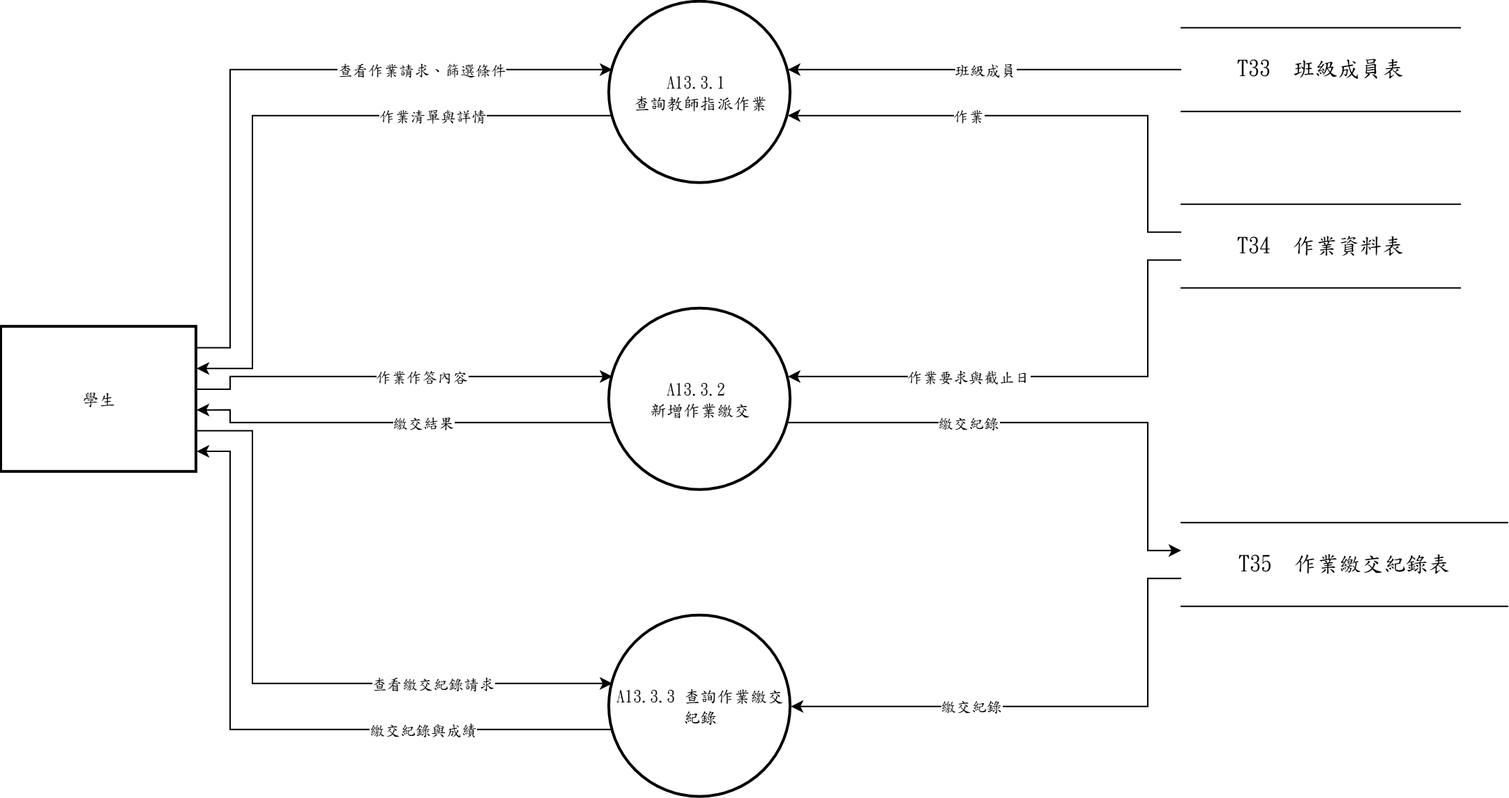
This is 系統文件/第6章/DFD圖/圖13/圖13-3.drawio.png from s22452007/115502, a draw.io export, as it was before one commit. Source tidied: cells renumbered, new cells last; positions are measured from the earlier drawing's top-left corner, leaving out a move shared by most shapes. Source of this version:
```xml
<mxGraphModel>
  <root>
    <mxCell id="0" />
    <mxCell id="1" parent="0" />
    <mxCell id="2" value="A13.3.1&amp;nbsp;&lt;div&gt;查詢教師指派作業&lt;/div&gt;" style="ellipse;strokeWidth=2;whiteSpace=wrap;html=1;fontFamily=標楷體;" parent="1" vertex="1">
      <mxGeometry x="436" width="130" height="130" as="geometry" />
    </mxCell>
    <mxCell id="3" value="A13.3.2&amp;nbsp;&lt;div&gt;新增作業繳交&lt;/div&gt;" style="ellipse;strokeWidth=2;whiteSpace=wrap;html=1;fontFamily=標楷體;" parent="1" vertex="1">
      <mxGeometry x="436" y="220" width="130" height="130" as="geometry" />
    </mxCell>
    <mxCell id="4" value="A13.3.3 查詢作業繳交紀錄" style="ellipse;strokeWidth=2;whiteSpace=wrap;html=1;fontFamily=標楷體;" parent="1" vertex="1">
      <mxGeometry x="436" y="440" width="130" height="130" as="geometry" />
    </mxCell>
    <mxCell id="5" value="學生" style="whiteSpace=wrap;strokeWidth=2;html=1;fontFamily=標楷體;" parent="1" vertex="1">
      <mxGeometry y="233" width="140" height="104" as="geometry" />
    </mxCell>
    <mxCell id="6" value="T33  班級成員表" style="shape=partialRectangle;whiteSpace=wrap;html=1;left=0;right=0;fontFamily=標楷體;fontSize=16;" parent="1" vertex="1">
      <mxGeometry x="846" y="18.5" width="200" height="60" as="geometry" />
    </mxCell>
    <mxCell id="7" value="T34  作業資料表" style="shape=partialRectangle;whiteSpace=wrap;html=1;left=0;right=0;fontFamily=標楷體;fontSize=16;" parent="1" vertex="1">
      <mxGeometry x="846" y="145" width="200" height="60" as="geometry" />
    </mxCell>
    <mxCell id="8" value="T35  作業繳交紀錄表" style="shape=partialRectangle;whiteSpace=wrap;html=1;left=0;right=0;fontFamily=標楷體;fontSize=16;" parent="1" vertex="1">
      <mxGeometry x="846" y="373.2" width="234" height="60" as="geometry" />
    </mxCell>
    <mxCell id="9" style="edgeStyle=none;rounded=0;html=1;fontFamily=標楷體;endArrow=classic;exitX=1.0000;exitY=0.1429;exitDx=0;exitDy=0;exitPerimeter=0;entryX=0.0163;entryY=0.3733;entryDx=0;entryDy=0;entryPerimeter=0;" parent="1" edge="1" source="5" target="2">
      <mxGeometry relative="1" as="geometry">
        <Array as="points">
          <mxPoint x="164" y="247.9" />
          <mxPoint x="164" y="48.5" />
        </Array>
      </mxGeometry>
    </mxCell>
    <mxCell id="10" value="查看作業請求、篩選條件" style="edgeLabel;html=1;align=center;verticalAlign=middle;fontFamily=標楷體;" parent="9" vertex="1">
      <mxGeometry x="0.45" relative="1" as="geometry" />
    </mxCell>
    <mxCell id="11" style="edgeStyle=none;rounded=0;html=1;fontFamily=標楷體;endArrow=classic;exitX=0.0000;exitY=0.3333;exitDx=0;exitDy=0;exitPerimeter=0;entryX=0.9837;entryY=0.6267;entryDx=0;entryDy=0;entryPerimeter=0;" parent="1" edge="1" source="7" target="2">
      <mxGeometry relative="1" as="geometry">
        <Array as="points">
          <mxPoint x="822" y="165" />
          <mxPoint x="822" y="81.5" />
        </Array>
      </mxGeometry>
    </mxCell>
    <mxCell id="12" value="作業" style="edgeLabel;html=1;align=center;verticalAlign=middle;fontFamily=標楷體;" parent="11" vertex="1">
      <mxGeometry x="0.29" relative="1" as="geometry" />
    </mxCell>
    <mxCell id="13" style="edgeStyle=none;rounded=0;html=1;fontFamily=標楷體;endArrow=classic;exitX=0.0000;exitY=0.5000;exitDx=0;exitDy=0;exitPerimeter=0;entryX=0.9837;entryY=0.3733;entryDx=0;entryDy=0;entryPerimeter=0;" parent="1" edge="1" source="6" target="2">
      <mxGeometry relative="1" as="geometry" />
    </mxCell>
    <mxCell id="14" value="班級成員" style="edgeLabel;html=1;align=center;verticalAlign=middle;fontFamily=標楷體;" parent="13" vertex="1">
      <mxGeometry relative="1" as="geometry" />
    </mxCell>
    <mxCell id="15" style="edgeStyle=none;rounded=0;html=1;fontFamily=標楷體;endArrow=classic;exitX=0.0163;exitY=0.6267;exitDx=0;exitDy=0;exitPerimeter=0;entryX=1.0000;entryY=0.2857;entryDx=0;entryDy=0;entryPerimeter=0;" parent="1" edge="1" source="2" target="5">
      <mxGeometry relative="1" as="geometry">
        <Array as="points">
          <mxPoint x="180" y="81.5" />
          <mxPoint x="180" y="262.7" />
        </Array>
      </mxGeometry>
    </mxCell>
    <mxCell id="16" value="作業清單與詳情" style="edgeLabel;html=1;align=center;verticalAlign=middle;fontFamily=標楷體;" parent="15" vertex="1">
      <mxGeometry x="-0.46" relative="1" as="geometry" />
    </mxCell>
    <mxCell id="17" style="edgeStyle=none;rounded=0;html=1;fontFamily=標楷體;endArrow=classic;exitX=1.0000;exitY=0.4286;exitDx=0;exitDy=0;exitPerimeter=0;entryX=0.0163;entryY=0.3733;entryDx=0;entryDy=0;entryPerimeter=0;" parent="1" edge="1" source="5" target="3">
      <mxGeometry relative="1" as="geometry">
        <Array as="points">
          <mxPoint x="164" y="277.6" />
          <mxPoint x="164" y="268.5" />
        </Array>
      </mxGeometry>
    </mxCell>
    <mxCell id="18" value="作業作答內容" style="edgeLabel;html=1;align=center;verticalAlign=middle;fontFamily=標楷體;" parent="17" vertex="1">
      <mxGeometry x="0.11" relative="1" as="geometry" />
    </mxCell>
    <mxCell id="19" style="edgeStyle=none;rounded=0;html=1;fontFamily=標楷體;endArrow=classic;exitX=0.0000;exitY=0.6667;exitDx=0;exitDy=0;exitPerimeter=0;entryX=0.9837;entryY=0.3733;entryDx=0;entryDy=0;entryPerimeter=0;" parent="1" edge="1" source="7" target="3">
      <mxGeometry relative="1" as="geometry">
        <Array as="points">
          <mxPoint x="822" y="185" />
          <mxPoint x="822" y="268.5" />
        </Array>
      </mxGeometry>
    </mxCell>
    <mxCell id="20" value="作業要求與截止日" style="edgeLabel;html=1;align=center;verticalAlign=middle;fontFamily=標楷體;" parent="19" vertex="1">
      <mxGeometry x="0.29" relative="1" as="geometry" />
    </mxCell>
    <mxCell id="21" style="edgeStyle=none;rounded=0;html=1;fontFamily=標楷體;endArrow=classic;exitX=0.0163;exitY=0.6267;exitDx=0;exitDy=0;exitPerimeter=0;entryX=1.0000;entryY=0.5714;entryDx=0;entryDy=0;entryPerimeter=0;" parent="1" edge="1" source="3" target="5">
      <mxGeometry relative="1" as="geometry">
        <Array as="points">
          <mxPoint x="164" y="301.5" />
          <mxPoint x="164" y="292.4" />
        </Array>
      </mxGeometry>
    </mxCell>
    <mxCell id="22" value="繳交結果" style="edgeLabel;html=1;align=center;verticalAlign=middle;fontFamily=標楷體;" parent="21" vertex="1">
      <mxGeometry x="-0.11" relative="1" as="geometry" />
    </mxCell>
    <mxCell id="23" style="edgeStyle=none;rounded=0;html=1;fontFamily=標楷體;endArrow=classic;exitX=0.9837;exitY=0.6267;exitDx=0;exitDy=0;exitPerimeter=0;entryX=0.0000;entryY=0.3333;entryDx=0;entryDy=0;entryPerimeter=0;" parent="1" edge="1" source="3" target="8">
      <mxGeometry relative="1" as="geometry">
        <Array as="points">
          <mxPoint x="822" y="301.5" />
          <mxPoint x="822" y="393.2" />
        </Array>
      </mxGeometry>
    </mxCell>
    <mxCell id="24" value="繳交紀錄" style="edgeLabel;html=1;align=center;verticalAlign=middle;fontFamily=標楷體;" parent="23" vertex="1">
      <mxGeometry x="-0.31" relative="1" as="geometry" />
    </mxCell>
    <mxCell id="25" style="edgeStyle=none;rounded=0;html=1;fontFamily=標楷體;endArrow=classic;exitX=1.0000;exitY=0.7143;exitDx=0;exitDy=0;exitPerimeter=0;entryX=0.0163;entryY=0.3733;entryDx=0;entryDy=0;entryPerimeter=0;" parent="1" edge="1" source="5" target="4">
      <mxGeometry relative="1" as="geometry">
        <Array as="points">
          <mxPoint x="180" y="307.3" />
          <mxPoint x="180" y="488.5" />
        </Array>
      </mxGeometry>
    </mxCell>
    <mxCell id="26" value="查看繳交紀錄請求" style="edgeLabel;html=1;align=center;verticalAlign=middle;fontFamily=標楷體;" parent="25" vertex="1">
      <mxGeometry x="0.46" relative="1" as="geometry" />
    </mxCell>
    <mxCell id="27" style="edgeStyle=none;rounded=0;html=1;fontFamily=標楷體;endArrow=classic;exitX=0.0000;exitY=0.6667;exitDx=0;exitDy=0;exitPerimeter=0;entryX=1.0000;entryY=0.5000;entryDx=0;entryDy=0;entryPerimeter=0;" parent="1" edge="1" source="8" target="4">
      <mxGeometry relative="1" as="geometry">
        <Array as="points">
          <mxPoint x="822" y="413.2" />
          <mxPoint x="822" y="505" />
        </Array>
      </mxGeometry>
    </mxCell>
    <mxCell id="28" value="繳交紀錄" style="edgeLabel;html=1;align=center;verticalAlign=middle;fontFamily=標楷體;" parent="27" vertex="1">
      <mxGeometry x="0.31" relative="1" as="geometry" />
    </mxCell>
    <mxCell id="29" style="edgeStyle=none;rounded=0;html=1;fontFamily=標楷體;endArrow=classic;exitX=0.0163;exitY=0.6267;exitDx=0;exitDy=0;exitPerimeter=0;entryX=1.0000;entryY=0.8571;entryDx=0;entryDy=0;entryPerimeter=0;" parent="1" edge="1" source="4" target="5">
      <mxGeometry relative="1" as="geometry">
        <Array as="points">
          <mxPoint x="164" y="521.5" />
          <mxPoint x="164" y="322.1" />
        </Array>
      </mxGeometry>
    </mxCell>
    <mxCell id="30" value="繳交紀錄與成績" style="edgeLabel;html=1;align=center;verticalAlign=middle;fontFamily=標楷體;" parent="29" vertex="1">
      <mxGeometry x="-0.45" relative="1" as="geometry" />
    </mxCell>
  </root>
</mxGraphModel>
```
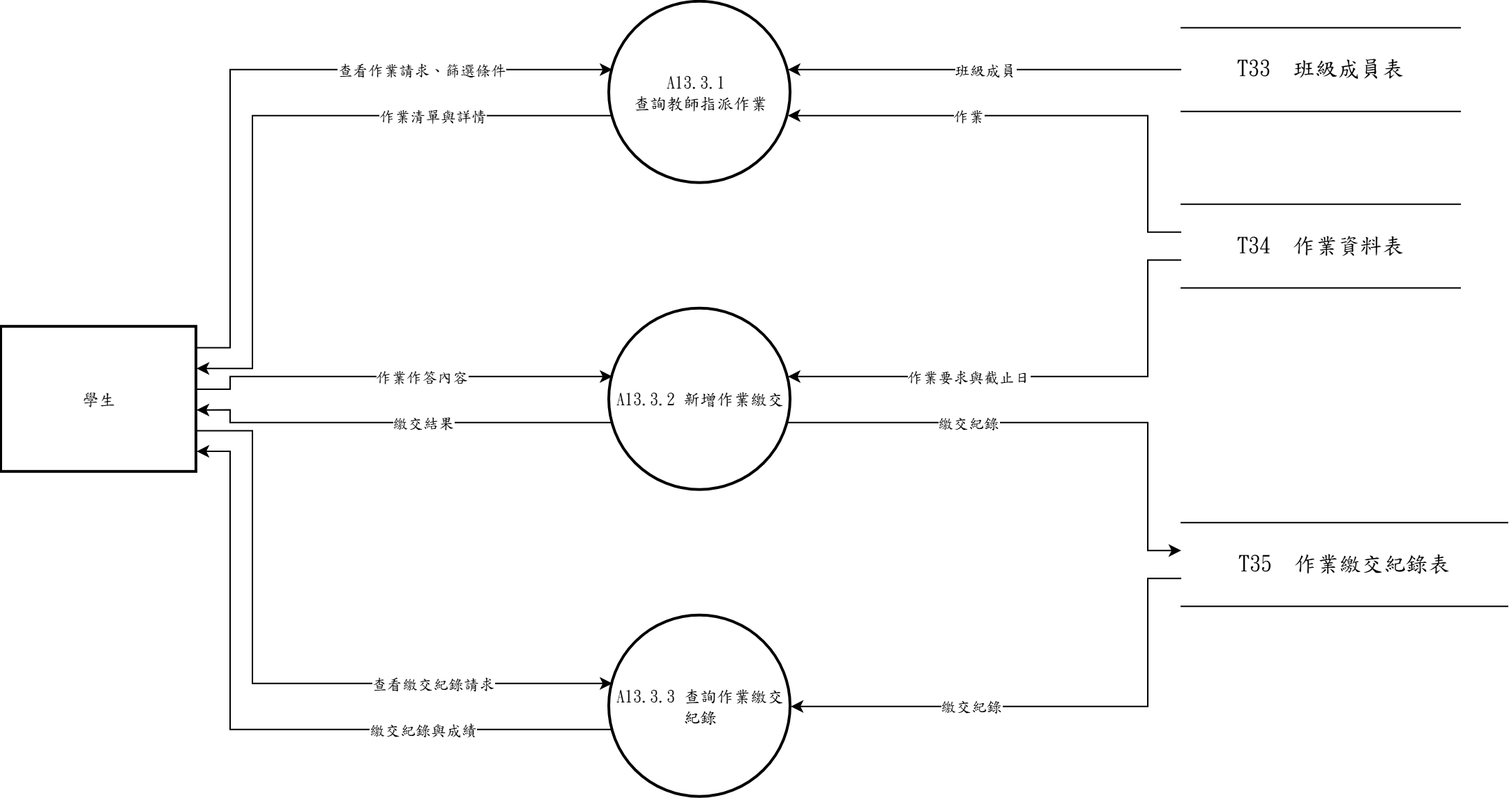
After the commit.

Diff of the diagram source:
```diff
@@ -5,7 +5,7 @@
     <mxCell id="2" value="A13.3.1&amp;nbsp;&lt;div&gt;查詢教師指派作業&lt;/div&gt;" style="ellipse;strokeWidth=2;whiteSpace=wrap;html=1;fontFamily=標楷體;" parent="1" vertex="1">
       <mxGeometry x="436" width="130" height="130" as="geometry" />
     </mxCell>
-    <mxCell id="3" value="A13.3.2&amp;nbsp;&lt;div&gt;新增作業繳交&lt;/div&gt;" style="ellipse;strokeWidth=2;whiteSpace=wrap;html=1;fontFamily=標楷體;" parent="1" vertex="1">
+    <mxCell id="3" value="A13.3.2 新增作業繳交" style="ellipse;strokeWidth=2;whiteSpace=wrap;html=1;fontFamily=標楷體;" parent="1" vertex="1">
       <mxGeometry x="436" y="220" width="130" height="130" as="geometry" />
     </mxCell>
     <mxCell id="4" value="A13.3.3 查詢作業繳交紀錄" style="ellipse;strokeWidth=2;whiteSpace=wrap;html=1;fontFamily=標楷體;" parent="1" vertex="1">
```
